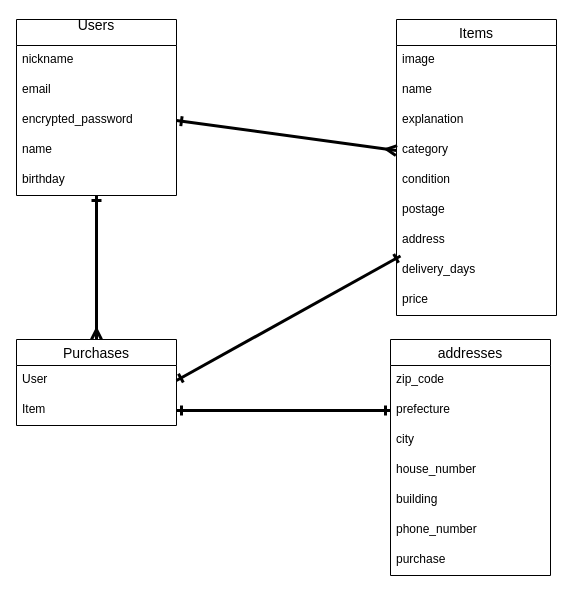
Before: test.dio in TakeoYabuki/furima-39367, a draw.io diagram. Source tidied: cells renumbered, new cells numbered last; positions are measured from the earlier drawing's top-left corner, leaving out a move shared by most shapes. Both pictures are drawn from the tidied source at 100%, with x=0, y=0 at pixel (16, 19).
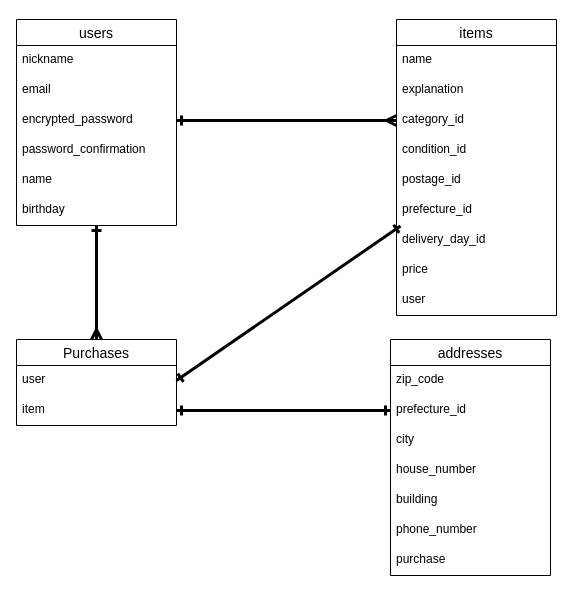
After the change.

Commit message (it also covers changes not shown here):
データーベース設計2

The change refers to these unchanged cells:
```xml
<mxCell id="19" value="Purchases" style="swimlane;fontStyle=0;horizontal=1;startSize=26;align=center;fontSize=14;" parent="1" vertex="1">
  <mxGeometry y="320" width="160" height="86" as="geometry" />
</mxCell>
<mxCell id="22" value="addresses" style="swimlane;fontStyle=0;horizontal=1;startSize=26;align=center;fontSize=14;" parent="1" vertex="1">
  <mxGeometry x="374" y="320" width="160" height="236" as="geometry" />
</mxCell>
```

Diff of the diagram source:
```diff
@@
-    <mxCell id="3" value="Users&#10;" style="swimlane;fontStyle=0;horizontal=1;startSize=26;align=center;fontSize=14;" parent="1" vertex="1">
-      <mxGeometry width="160" height="176" as="geometry" />
+    <mxCell id="3" value="users" style="swimlane;fontStyle=0;horizontal=1;startSize=26;align=center;fontSize=14;" parent="1" vertex="1">
+      <mxGeometry width="160" height="206" as="geometry" />
     </mxCell>
@@
+    <mxCell id="33" value="password_confirmation" style="text;strokeColor=none;fillColor=none;spacingLeft=4;spacingRight=4;overflow=hidden;fontSize=12;" parent="3" vertex="1">
+      <mxGeometry y="116" width="160" height="30" as="geometry" />
+    </mxCell>
     <mxCell id="7" value="name&#10;" style="text;strokeColor=none;fillColor=none;spacingLeft=4;spacingRight=4;overflow=hidden;fontSize=12;" parent="3" vertex="1">
-      <mxGeometry y="116" width="160" height="30" as="geometry" />
+      <mxGeometry y="146" width="160" height="30" as="geometry" />
     </mxCell>
     <mxCell id="8" value="birthday" style="text;strokeColor=none;fillColor=none;spacingLeft=4;spacingRight=4;overflow=hidden;fontSize=12;" parent="3" vertex="1">
-      <mxGeometry y="146" width="160" height="30" as="geometry" />
+      <mxGeometry y="176" width="160" height="30" as="geometry" />
     </mxCell>
-    <mxCell id="9" value="Items" style="swimlane;fontStyle=0;horizontal=1;startSize=26;align=center;fontSize=14;" parent="1" vertex="1">
+    <mxCell id="9" value="items" style="swimlane;fontStyle=0;horizontal=1;startSize=26;align=center;fontSize=14;" parent="1" vertex="1">
       <mxGeometry x="380" width="160" height="296" as="geometry" />
     </mxCell>
-    <mxCell id="10" value="image" style="text;strokeColor=none;fillColor=none;spacingLeft=4;spacingRight=4;overflow=hidden;fontSize=12;" parent="9" vertex="1">
-      <mxGeometry y="26" width="160" height="30" as="geometry" />
-    </mxCell>
     <mxCell id="11" value="name" style="text;strokeColor=none;fillColor=none;spacingLeft=4;spacingRight=4;overflow=hidden;fontSize=12;" parent="9" vertex="1">
-      <mxGeometry y="56" width="160" height="30" as="geometry" />
+      <mxGeometry y="26" width="160" height="30" as="geometry" />
     </mxCell>
     <mxCell id="12" value="explanation" style="text;strokeColor=none;fillColor=none;spacingLeft=4;spacingRight=4;overflow=hidden;fontSize=12;" parent="9" vertex="1">
-      <mxGeometry y="86" width="160" height="30" as="geometry" />
+      <mxGeometry y="56" width="160" height="30" as="geometry" />
     </mxCell>
-    <mxCell id="13" value="category" style="text;strokeColor=none;fillColor=none;spacingLeft=4;spacingRight=4;overflow=hidden;points=[[0,0.5],[1,0.5]];portConstraint=eastwest;fontSize=12;" parent="9" vertex="1">
-      <mxGeometry y="116" width="160" height="30" as="geometry" />
+    <mxCell id="13" value="category_id" style="text;strokeColor=none;fillColor=none;spacingLeft=4;spacingRight=4;overflow=hidden;points=[[0,0.5],[1,0.5]];portConstraint=eastwest;fontSize=12;" parent="9" vertex="1">
+      <mxGeometry y="86" width="160" height="30" as="geometry" />
     </mxCell>
-    <mxCell id="14" value="condition" style="text;strokeColor=none;fillColor=none;spacingLeft=4;spacingRight=4;overflow=hidden;fontSize=12;" parent="9" vertex="1">
-      <mxGeometry y="146" width="160" height="30" as="geometry" />
+    <mxCell id="14" value="condition_id" style="text;strokeColor=none;fillColor=none;spacingLeft=4;spacingRight=4;overflow=hidden;fontSize=12;" parent="9" vertex="1">
+      <mxGeometry y="116" width="160" height="30" as="geometry" />
     </mxCell>
-    <mxCell id="15" value="postage" style="text;strokeColor=none;fillColor=none;spacingLeft=4;spacingRight=4;overflow=hidden;fontSize=12;" parent="9" vertex="1">
-      <mxGeometry y="176" width="160" height="30" as="geometry" />
+    <mxCell id="15" value="postage_id" style="text;strokeColor=none;fillColor=none;spacingLeft=4;spacingRight=4;overflow=hidden;fontSize=12;" parent="9" vertex="1">
+      <mxGeometry y="146" width="160" height="30" as="geometry" />
     </mxCell>
-    <mxCell id="16" value="address" style="text;strokeColor=none;fillColor=none;spacingLeft=4;spacingRight=4;overflow=hidden;fontSize=12;" parent="9" vertex="1">
-      <mxGeometry y="206" width="160" height="30" as="geometry" />
+    <mxCell id="16" value="prefecture_id" style="text;strokeColor=none;fillColor=none;spacingLeft=4;spacingRight=4;overflow=hidden;fontSize=12;" parent="9" vertex="1">
+      <mxGeometry y="176" width="160" height="30" as="geometry" />
     </mxCell>
-    <mxCell id="17" value="delivery_days" style="text;strokeColor=none;fillColor=none;spacingLeft=4;spacingRight=4;overflow=hidden;points=[[0,0.5],[1,0.5]];portConstraint=eastwest;fontSize=12;" parent="9" vertex="1">
-      <mxGeometry y="236" width="160" height="30" as="geometry" />
+    <mxCell id="17" value="delivery_day_id" style="text;strokeColor=none;fillColor=none;spacingLeft=4;spacingRight=4;overflow=hidden;points=[[0,0.5],[1,0.5]];portConstraint=eastwest;fontSize=12;" parent="9" vertex="1">
+      <mxGeometry y="206" width="160" height="30" as="geometry" />
     </mxCell>
     <mxCell id="18" value="price" style="text;strokeColor=none;fillColor=none;spacingLeft=4;spacingRight=4;overflow=hidden;fontSize=12;" parent="9" vertex="1">
-      <mxGeometry y="266" width="160" height="30" as="geometry" />
+      <mxGeometry y="236" width="160" height="30" as="geometry" />
     </mxCell>
+    <mxCell id="34" value="user" style="text;strokeColor=none;fillColor=none;spacingLeft=4;spacingRight=4;overflow=hidden;fontSize=12;" parent="9" vertex="1">
+      <mxGeometry y="266" width="160" height="30" as="geometry" />
+    </mxCell>
@@
-    <mxCell id="20" value="User" style="text;strokeColor=none;fillColor=none;spacingLeft=4;spacingRight=4;overflow=hidden;points=[[0,0.5],[1,0.5]];portConstraint=eastwest;fontSize=12;" parent="19" vertex="1">
+    <mxCell id="20" value="user" style="text;strokeColor=none;fillColor=none;spacingLeft=4;spacingRight=4;overflow=hidden;points=[[0,0.5],[1,0.5]];portConstraint=eastwest;fontSize=12;" parent="19" vertex="1">
       <mxGeometry y="26" width="160" height="30" as="geometry" />
     </mxCell>
-    <mxCell id="21" value="Item" style="text;strokeColor=none;fillColor=none;spacingLeft=4;spacingRight=4;overflow=hidden;points=[[0,0.5],[1,0.5]];portConstraint=eastwest;fontSize=12;" parent="19" vertex="1">
+    <mxCell id="21" value="item" style="text;strokeColor=none;fillColor=none;spacingLeft=4;spacingRight=4;overflow=hidden;points=[[0,0.5],[1,0.5]];portConstraint=eastwest;fontSize=12;" parent="19" vertex="1">
       <mxGeometry y="56" width="160" height="30" as="geometry" />
     </mxCell>
@@
-    <mxCell id="24" value="prefecture" style="text;strokeColor=none;fillColor=none;spacingLeft=4;spacingRight=4;overflow=hidden;points=[[0,0.5],[1,0.5]];portConstraint=eastwest;fontSize=12;" parent="22" vertex="1">
+    <mxCell id="24" value="prefecture_id" style="text;strokeColor=none;fillColor=none;spacingLeft=4;spacingRight=4;overflow=hidden;points=[[0,0.5],[1,0.5]];portConstraint=eastwest;fontSize=12;" parent="22" vertex="1">
       <mxGeometry y="56" width="160" height="30" as="geometry" />
     </mxCell>
```
